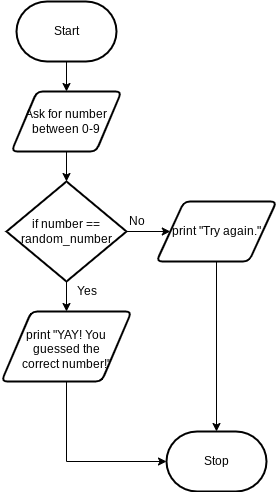
Johanna-liu16/ICS3U-Unit-3-03-python keeps this draw.io diagram as design/flowchart.png. Above is the earlier version. Source tidied: cells renumbered, new cells last; positions are measured from the earlier drawing's top-left corner, leaving out a move shared by most shapes. Its diagram source:
```xml
<mxGraphModel>
  <root>
    <mxCell id="0" />
    <mxCell id="1" parent="0" />
    <mxCell id="2" style="edgeStyle=none;html=1;entryX=0.5;entryY=0;entryDx=0;entryDy=0;" parent="1" edge="1" source="3" target="6">
      <mxGeometry relative="1" as="geometry" />
    </mxCell>
    <mxCell id="3" value="Start" style="strokeWidth=2;html=1;shape=mxgraph.flowchart.terminator;whiteSpace=wrap;" parent="1" vertex="1">
      <mxGeometry x="15" width="100" height="60" as="geometry" />
    </mxCell>
    <mxCell id="4" value="Stop" style="strokeWidth=2;html=1;shape=mxgraph.flowchart.terminator;whiteSpace=wrap;" parent="1" vertex="1">
      <mxGeometry x="165" y="430" width="100" height="60" as="geometry" />
    </mxCell>
    <mxCell id="5" style="edgeStyle=none;html=1;entryX=0.5;entryY=0;entryDx=0;entryDy=0;entryPerimeter=0;" parent="1" edge="1" source="6" target="9">
      <mxGeometry relative="1" as="geometry" />
    </mxCell>
    <mxCell id="6" value="Ask for number between 0-9" style="shape=parallelogram;html=1;strokeWidth=2;perimeter=parallelogramPerimeter;whiteSpace=wrap;rounded=1;arcSize=12;size=0.23;" parent="1" vertex="1">
      <mxGeometry x="10" y="90" width="110" height="60" as="geometry" />
    </mxCell>
    <mxCell id="7" style="edgeStyle=none;html=1;" parent="1" edge="1" source="9" target="11">
      <mxGeometry relative="1" as="geometry" />
    </mxCell>
    <mxCell id="8" style="edgeStyle=none;html=1;entryX=0;entryY=0.5;entryDx=0;entryDy=0;" parent="1" edge="1" source="9" target="13">
      <mxGeometry relative="1" as="geometry" />
    </mxCell>
    <mxCell id="9" value="if number == random_number" style="strokeWidth=2;html=1;shape=mxgraph.flowchart.decision;whiteSpace=wrap;" parent="1" vertex="1">
      <mxGeometry x="5" y="180" width="120" height="100" as="geometry" />
    </mxCell>
    <mxCell id="10" style="edgeStyle=none;html=1;entryX=0;entryY=0.5;entryDx=0;entryDy=0;entryPerimeter=0;rounded=0;" parent="1" edge="1" source="11" target="4">
      <mxGeometry relative="1" as="geometry">
        <Array as="points">
          <mxPoint x="65" y="460" />
        </Array>
      </mxGeometry>
    </mxCell>
    <mxCell id="11" value="print &quot;YAY! You guessed the &lt;br&gt;correct number!&quot;" style="shape=parallelogram;html=1;strokeWidth=2;perimeter=parallelogramPerimeter;whiteSpace=wrap;rounded=1;arcSize=12;size=0.23;spacingLeft=0;spacingBottom=-5;" parent="1" vertex="1">
      <mxGeometry y="310" width="130" height="70" as="geometry" />
    </mxCell>
    <mxCell id="12" style="edgeStyle=none;rounded=0;html=1;entryX=0.5;entryY=0;entryDx=0;entryDy=0;entryPerimeter=0;" parent="1" edge="1" source="13" target="4">
      <mxGeometry relative="1" as="geometry" />
    </mxCell>
    <mxCell id="13" value="print &quot;Try again.&quot;" style="shape=parallelogram;html=1;strokeWidth=2;perimeter=parallelogramPerimeter;whiteSpace=wrap;rounded=1;arcSize=12;size=0.23;" parent="1" vertex="1">
      <mxGeometry x="155" y="200" width="120" height="60" as="geometry" />
    </mxCell>
    <mxCell id="14" value="No" style="text;html=1;align=center;verticalAlign=middle;strokeColor=none;fillColor=none;" parent="1" vertex="1">
      <mxGeometry x="120" y="210" width="30" height="20" as="geometry" />
    </mxCell>
    <mxCell id="15" value="Yes" style="text;html=1;align=center;verticalAlign=middle;strokeColor=none;fillColor=none;" parent="1" vertex="1">
      <mxGeometry x="65" y="280" width="40" height="20" as="geometry" />
    </mxCell>
  </root>
</mxGraphModel>
```
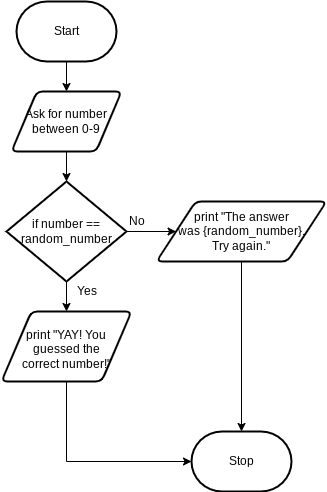
After the commit.

Change to the diagram source:
```diff
@@ -9,7 +9,7 @@
       <mxGeometry x="15" width="100" height="60" as="geometry" />
     </mxCell>
     <mxCell id="4" value="Stop" style="strokeWidth=2;html=1;shape=mxgraph.flowchart.terminator;whiteSpace=wrap;" parent="1" vertex="1">
-      <mxGeometry x="165" y="430" width="100" height="60" as="geometry" />
+      <mxGeometry x="190" y="430" width="100" height="60" as="geometry" />
     </mxCell>
     <mxCell id="5" style="edgeStyle=none;html=1;entryX=0.5;entryY=0;entryDx=0;entryDy=0;entryPerimeter=0;" parent="1" edge="1" source="6" target="9">
       <mxGeometry relative="1" as="geometry" />
@@ -39,8 +39,8 @@
     <mxCell id="12" style="edgeStyle=none;rounded=0;html=1;entryX=0.5;entryY=0;entryDx=0;entryDy=0;entryPerimeter=0;" parent="1" edge="1" source="13" target="4">
       <mxGeometry relative="1" as="geometry" />
     </mxCell>
-    <mxCell id="13" value="print &quot;Try again.&quot;" style="shape=parallelogram;html=1;strokeWidth=2;perimeter=parallelogramPerimeter;whiteSpace=wrap;rounded=1;arcSize=12;size=0.23;" parent="1" vertex="1">
-      <mxGeometry x="155" y="200" width="120" height="60" as="geometry" />
+    <mxCell id="13" value="print &quot;The answer &lt;br&gt;was {random_number}.&lt;br&gt;Try again.&quot;" style="shape=parallelogram;html=1;strokeWidth=2;perimeter=parallelogramPerimeter;whiteSpace=wrap;rounded=1;arcSize=12;size=0.23;" parent="1" vertex="1">
+      <mxGeometry x="155" y="200" width="170" height="60" as="geometry" />
     </mxCell>
     <mxCell id="14" value="No" style="text;html=1;align=center;verticalAlign=middle;strokeColor=none;fillColor=none;" parent="1" vertex="1">
       <mxGeometry x="120" y="210" width="30" height="20" as="geometry" />
```
